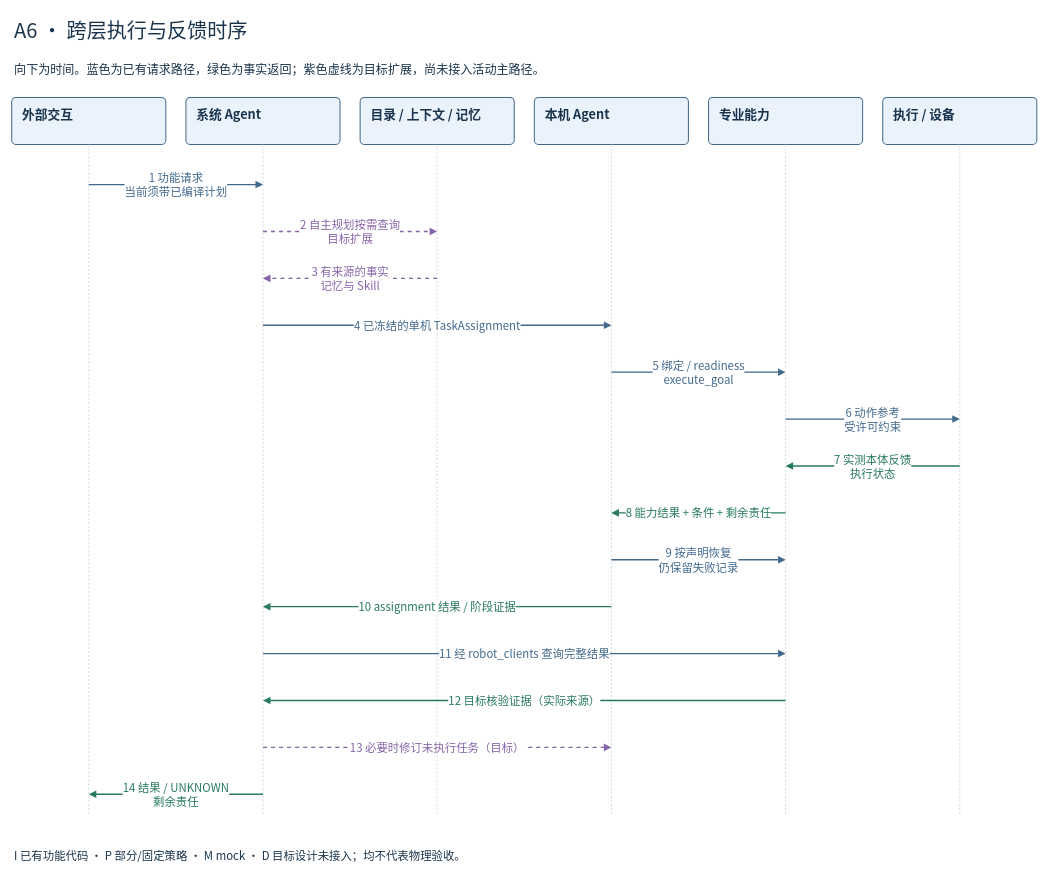
This is page "A6 · 跨层执行与反馈时序" (6 of 7) of site/diagrams/agent-architecture.drawio from gao377/gao377.github.io, a draw.io file, before an edit. Source tidied: cells renumbered, new cells numbered last; positions are measured from the earlier drawing's top-left corner, leaving out a move shared by most shapes. Both pictures are drawn from the tidied source at 67%, with x=0, y=0 at pixel (11, 11).
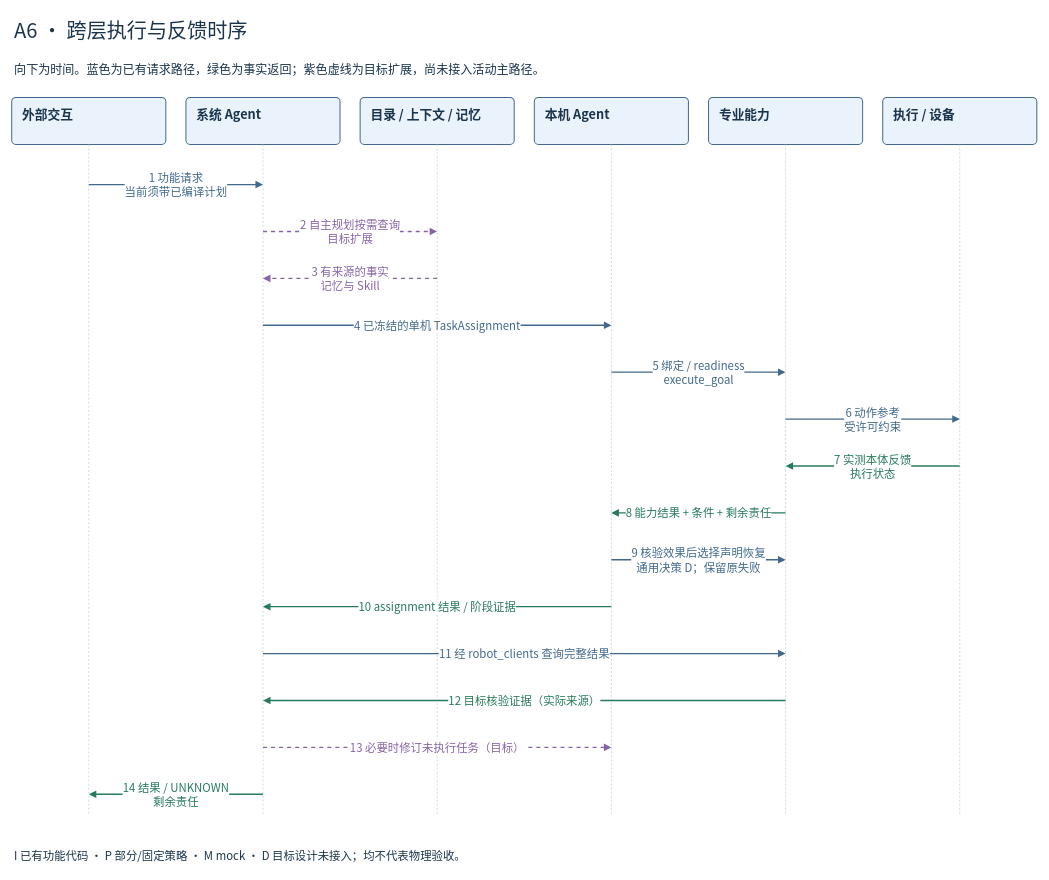
Above is the later version.

The edit, as a diff of the source:
```diff
@@
-    <mxCell id="25" value="9 按声明恢复&lt;br&gt;仍保留失败记录" style="endArrow=block;html=1;strokeWidth=2;strokeColor=#42698d;fontColor=#42698d;fontFamily=Noto Sans CJK SC;fontSize=17;labelBackgroundColor=#ffffff;dashed=0;" parent="1" edge="1">
+    <mxCell id="25" value="9 核验效果后选择声明恢复&lt;br&gt;通用决策 D；保留原失败" style="endArrow=block;html=1;strokeWidth=2;strokeColor=#42698d;fontColor=#42698d;fontFamily=Noto Sans CJK SC;fontSize=17;labelBackgroundColor=#ffffff;dashed=0;" parent="1" edge="1">
       <mxGeometry relative="1" as="geometry">
         <mxPoint x="895" y="818" as="sourcePoint" />
         <mxPoint x="1155" y="818" as="targetPoint" />
       </mxGeometry>
     </mxCell>
```
